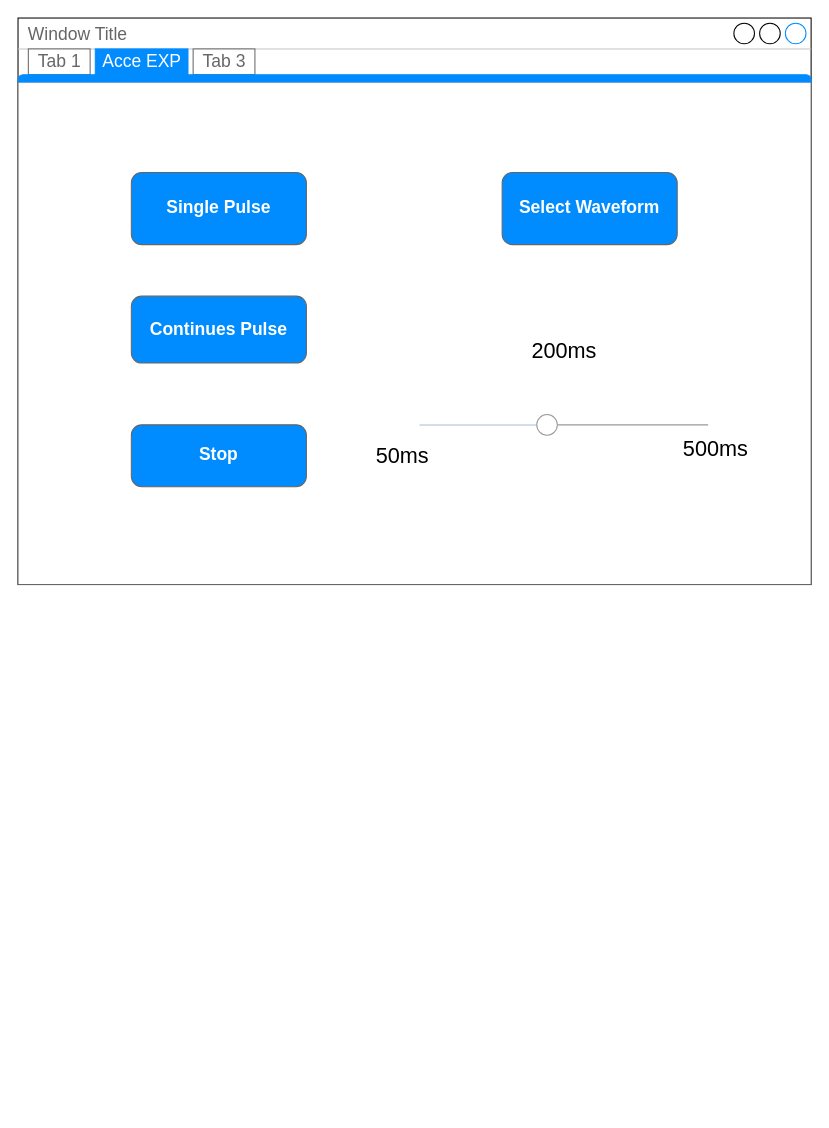
Earlier version of the draw.io diagram HMI GUI Tab View ACCE2.drawio (yinxingyi/DRAW.IO). Source tidied: cells renumbered, new cells numbered last; positions are measured from the earlier drawing's top-left corner, leaving out a move shared by most shapes. Both pictures are drawn from the tidied source at 103%, with x=0, y=0 at pixel (18, 18).
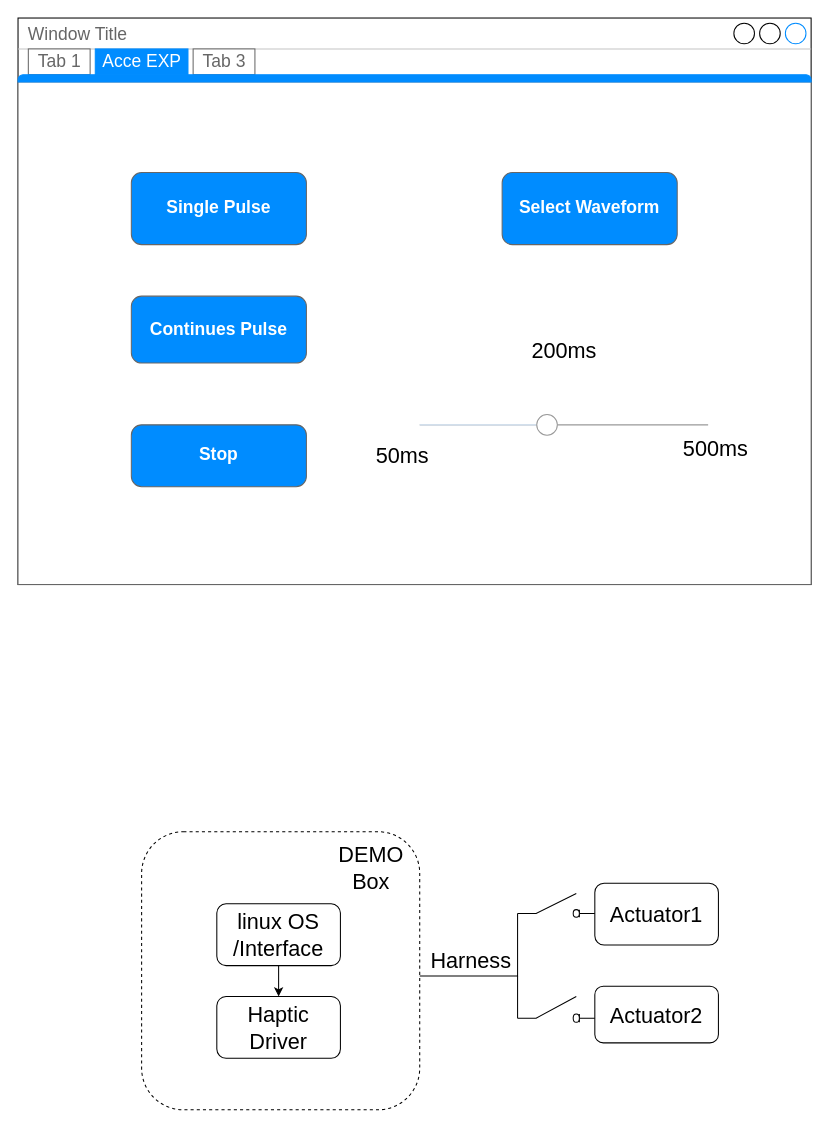
The same page after the edit.

Commit message:
add Haptic hardware diagram.drawio

Diff of the diagram source:
```diff
@@
+    <mxCell id="16" style="rounded=1;whiteSpace=wrap;html=1;fontSize=21;dashed=1;" parent="1" vertex="1">
+      <mxGeometry x="120" y="790" width="270" height="270" as="geometry" />
+    </mxCell>
@@
+    <mxCell id="17" value="Haptic Driver" style="rounded=1;whiteSpace=wrap;html=1;fontSize=21;" parent="1" vertex="1">
+      <mxGeometry x="193" y="950" width="120" height="60" as="geometry" />
+    </mxCell>
+    <mxCell id="18" value="Actuator1" style="rounded=1;whiteSpace=wrap;html=1;fontSize=21;" parent="1" vertex="1">
+      <mxGeometry x="560" y="840" width="120" height="60" as="geometry" />
+    </mxCell>
+    <mxCell id="19" style="edgeStyle=none;rounded=0;jettySize=auto;html=1;entryX=0.5;entryY=0;entryDx=0;entryDy=0;fontSize=21;" parent="1" edge="1" source="20" target="17">
+      <mxGeometry relative="1" as="geometry" />
+    </mxCell>
+    <mxCell id="20" value="linux OS /Interface" style="rounded=1;whiteSpace=wrap;html=1;fontSize=21;" parent="1" vertex="1">
+      <mxGeometry x="193" y="860" width="120" height="60" as="geometry" />
+    </mxCell>
+    <mxCell id="21" value="Actuator2" style="rounded=1;whiteSpace=wrap;html=1;fontSize=21;" parent="1" vertex="1">
+      <mxGeometry x="560" y="940" width="120" height="55" as="geometry" />
+    </mxCell>
+    <mxCell id="22" style="shape=mxgraph.electrical.electro-mechanical.switchDisconnector;elSwitchState=off;fontSize=21;" parent="1" vertex="1">
+      <mxGeometry x="485" y="850" width="75" height="23" as="geometry" />
+    </mxCell>
+    <mxCell id="23" style="shape=mxgraph.electrical.electro-mechanical.switchDisconnector;elSwitchState=off;fontSize=21;" parent="1" vertex="1">
+      <mxGeometry x="485" y="950" width="75" height="25" as="geometry" />
+    </mxCell>
+    <mxCell id="24" style="endArrow=none;html=1;rounded=0;fontSize=21;entryX=0;entryY=0.84;entryDx=0;entryDy=0;" parent="1" edge="1" target="22">
+      <mxGeometry relative="1" as="geometry">
+        <mxPoint x="390" y="930" as="sourcePoint" />
+        <Array as="points">
+          <mxPoint x="485" y="930" />
+        </Array>
+      </mxGeometry>
+    </mxCell>
+    <mxCell id="25" style="endArrow=none;html=1;rounded=0;fontSize=21;exitX=0;exitY=0.84;exitDx=0;exitDy=0;" parent="1" edge="1" source="23">
+      <mxGeometry relative="1" as="geometry">
+        <mxPoint x="485" y="930" as="targetPoint" />
+      </mxGeometry>
+    </mxCell>
+    <mxCell id="26" value="DEMO Box" style="text;html=1;strokeColor=none;fillColor=none;align=center;verticalAlign=middle;whiteSpace=wrap;rounded=0;dashed=1;fontSize=21;" parent="1" vertex="1">
+      <mxGeometry x="313" y="810" width="60" height="30" as="geometry" />
+    </mxCell>
+    <mxCell id="27" value="Harness" style="text;html=1;strokeColor=none;fillColor=none;align=center;verticalAlign=middle;whiteSpace=wrap;rounded=0;dashed=1;fontSize=21;" parent="1" vertex="1">
+      <mxGeometry x="410" y="900" width="60" height="30" as="geometry" />
+    </mxCell>
```
